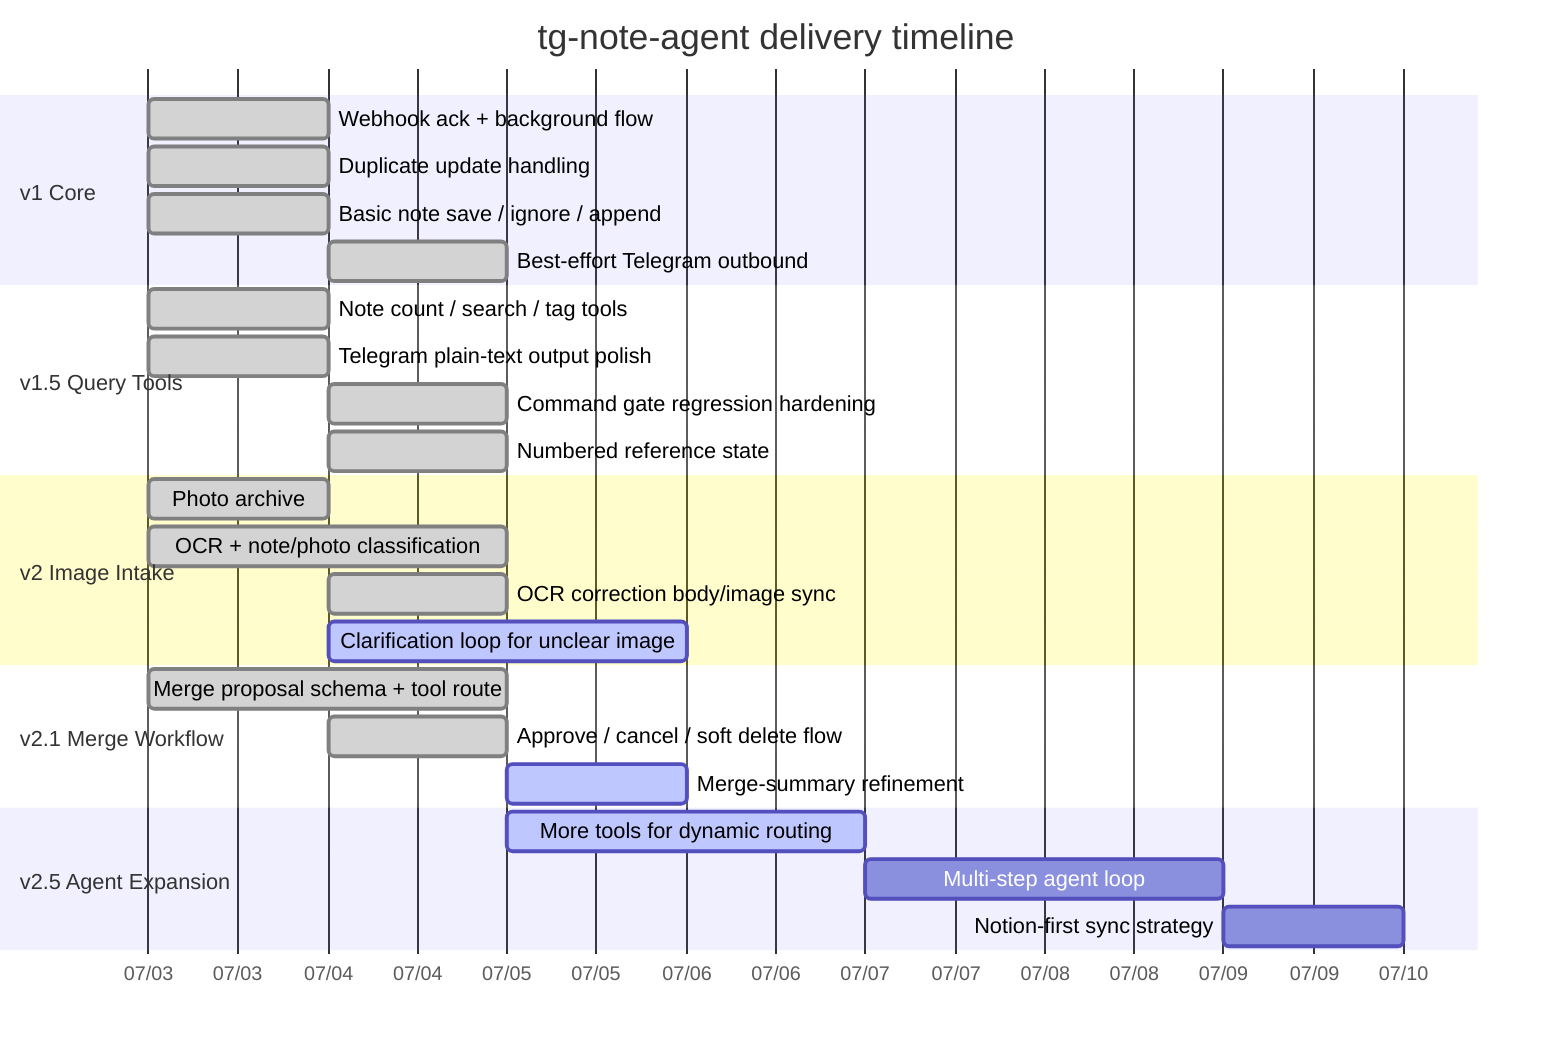
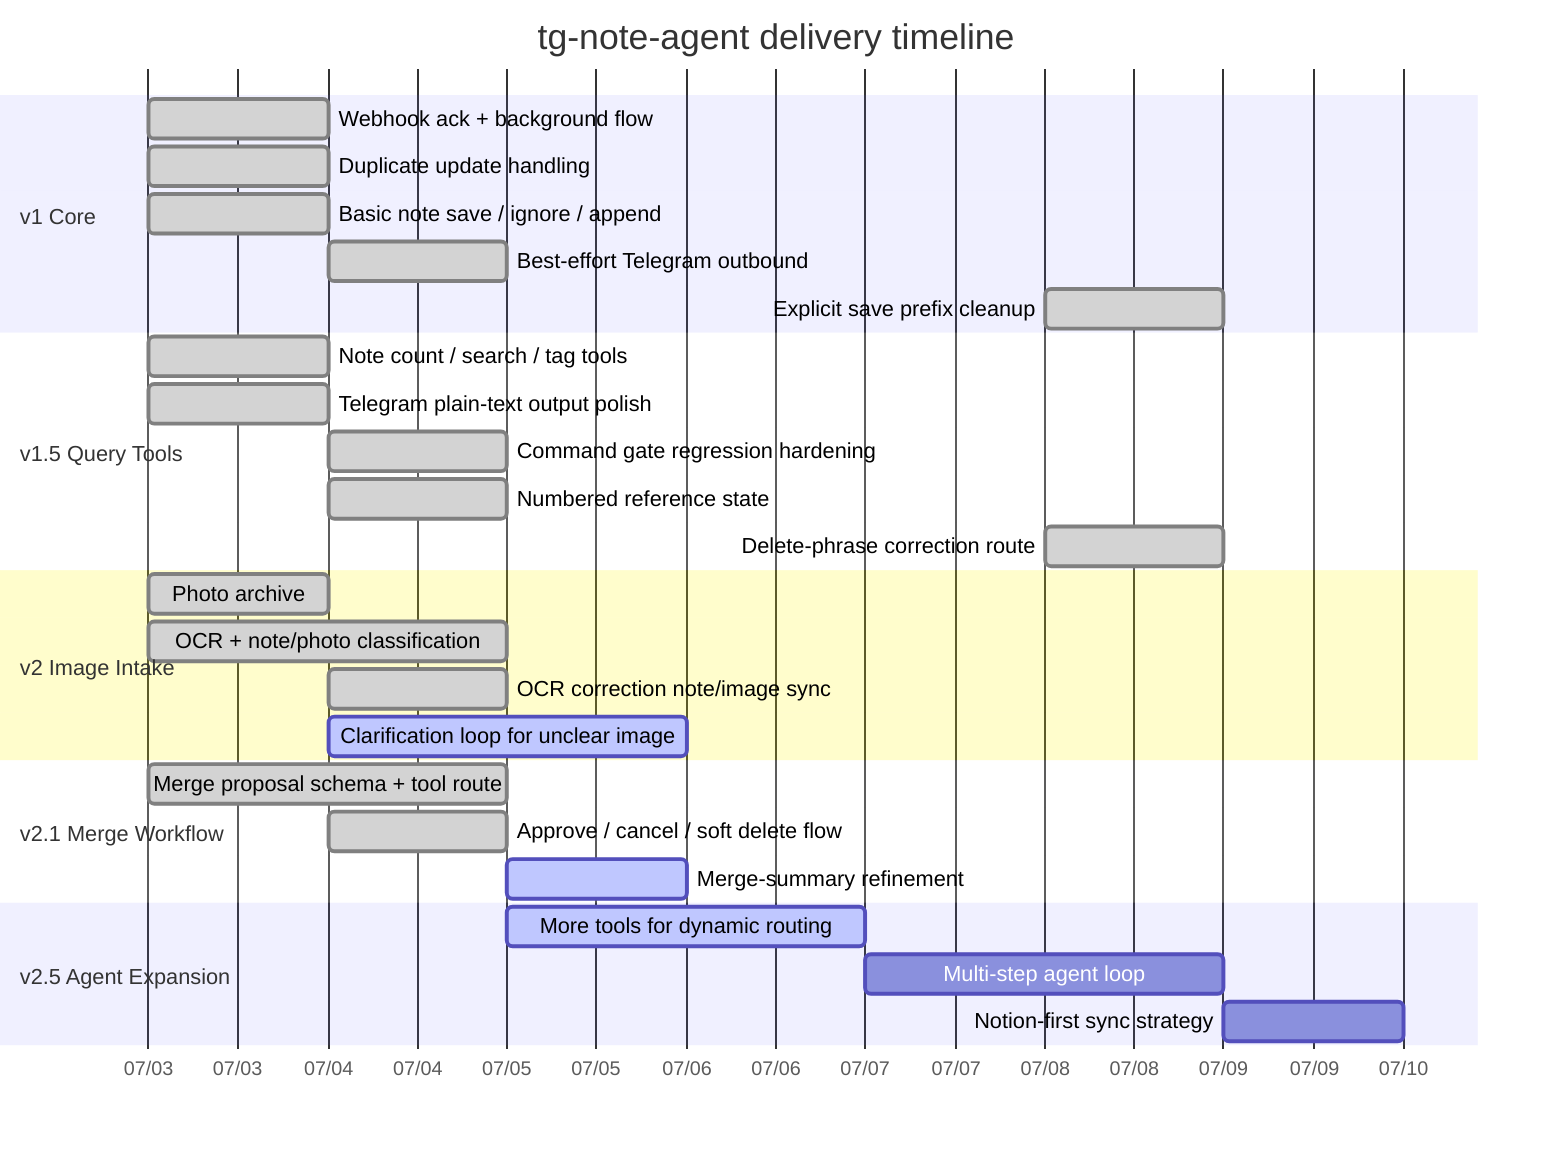
gantt
    title tg-note-agent delivery timeline
    dateFormat  YYYY-MM-DD
    axisFormat  %m/%d

    section v1 Core
    Webhook ack + background flow       :done, v1a, 2026-07-03, 1d
    Duplicate update handling           :done, v1b, 2026-07-03, 1d
    Basic note save / ignore / append   :done, v1c, 2026-07-03, 1d
    Best-effort Telegram outbound        :done, v1d, 2026-07-04, 1d
+     Explicit save prefix cleanup         :done, v1e, 2026-07-08, 1d

    section v1.5 Query Tools
    Note count / search / tag tools     :done, v15a, 2026-07-03, 1d
    Telegram plain-text output polish   :done, v15b, 2026-07-03, 1d
    Command gate regression hardening    :done, v15c, 2026-07-04, 1d
    Numbered reference state             :done, v15d, 2026-07-04, 1d
+     Delete-phrase correction route       :done, v15e, 2026-07-08, 1d

    section v2 Image Intake
    Photo archive                       :done, v2a, 2026-07-03, 1d
    OCR + note/photo classification     :done, v2b, 2026-07-03, 2d
-     OCR correction body/image sync       :done, v2c, 2026-07-04, 1d
+     OCR correction note/image sync       :done, v2c, 2026-07-04, 1d
    Clarification loop for unclear image:active, v2d, 2026-07-04, 2d

    section v2.1 Merge Workflow
    Merge proposal schema + tool route  :done, v21a, 2026-07-03, 2d
    Approve / cancel / soft delete flow :done, v21b, 2026-07-04, 1d
    Merge-summary refinement            :active, v21c, 2026-07-05, 1d

    section v2.5 Agent Expansion
    More tools for dynamic routing      :active, v25a, 2026-07-05, 2d
    Multi-step agent loop               :v25b, after v25a, 2d
    Notion-first sync strategy          :v25c, after v25b, 1d
